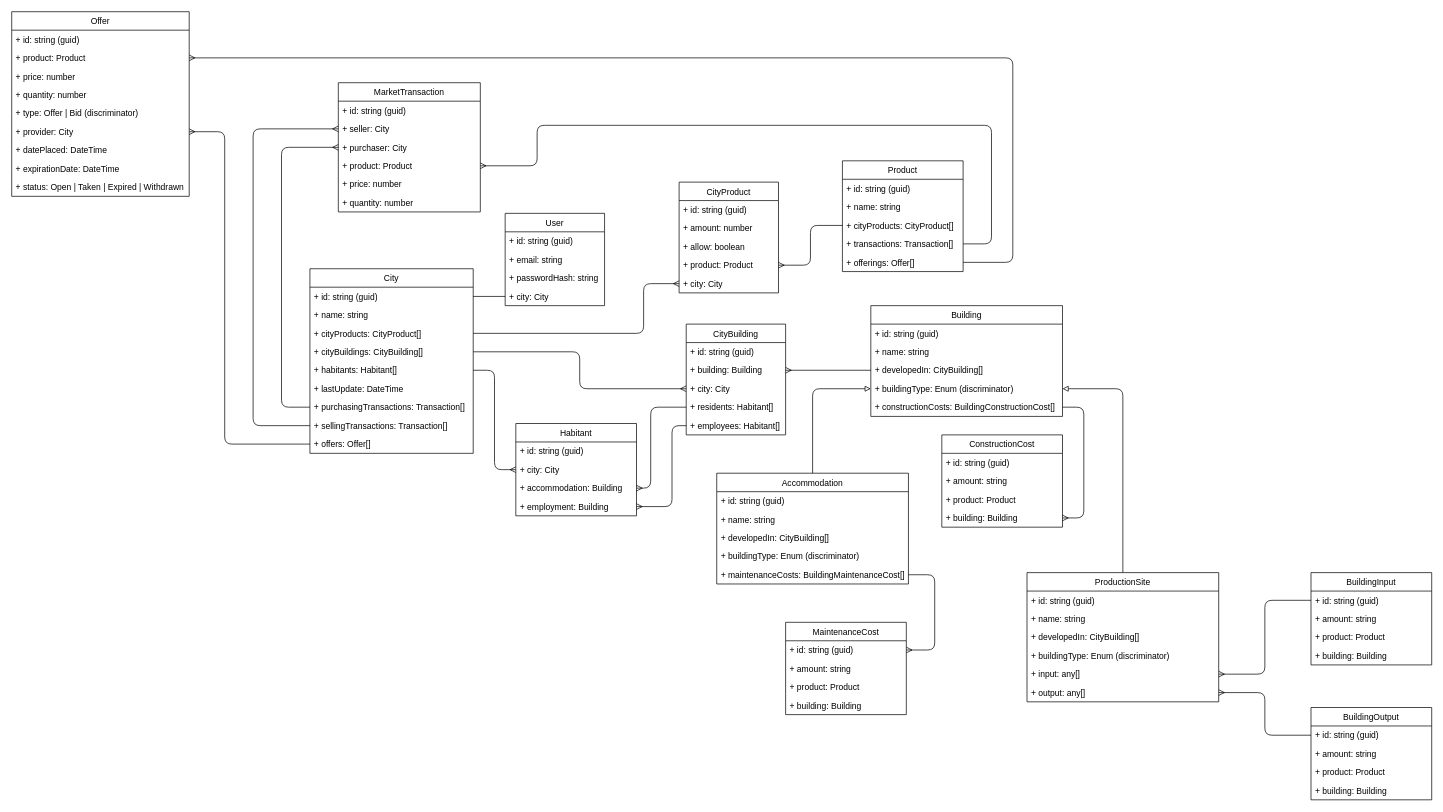
This is docs/data-model.drawio from SoftwareKater/economics-browser-game, a draw.io file, before an edit. Source tidied: cells renumbered, new cells numbered last; positions are measured from the earlier drawing's top-left corner, leaving out a move shared by most shapes. Both pictures are drawn from the tidied source at 71%, with x=0, y=0 at pixel (11, 11).
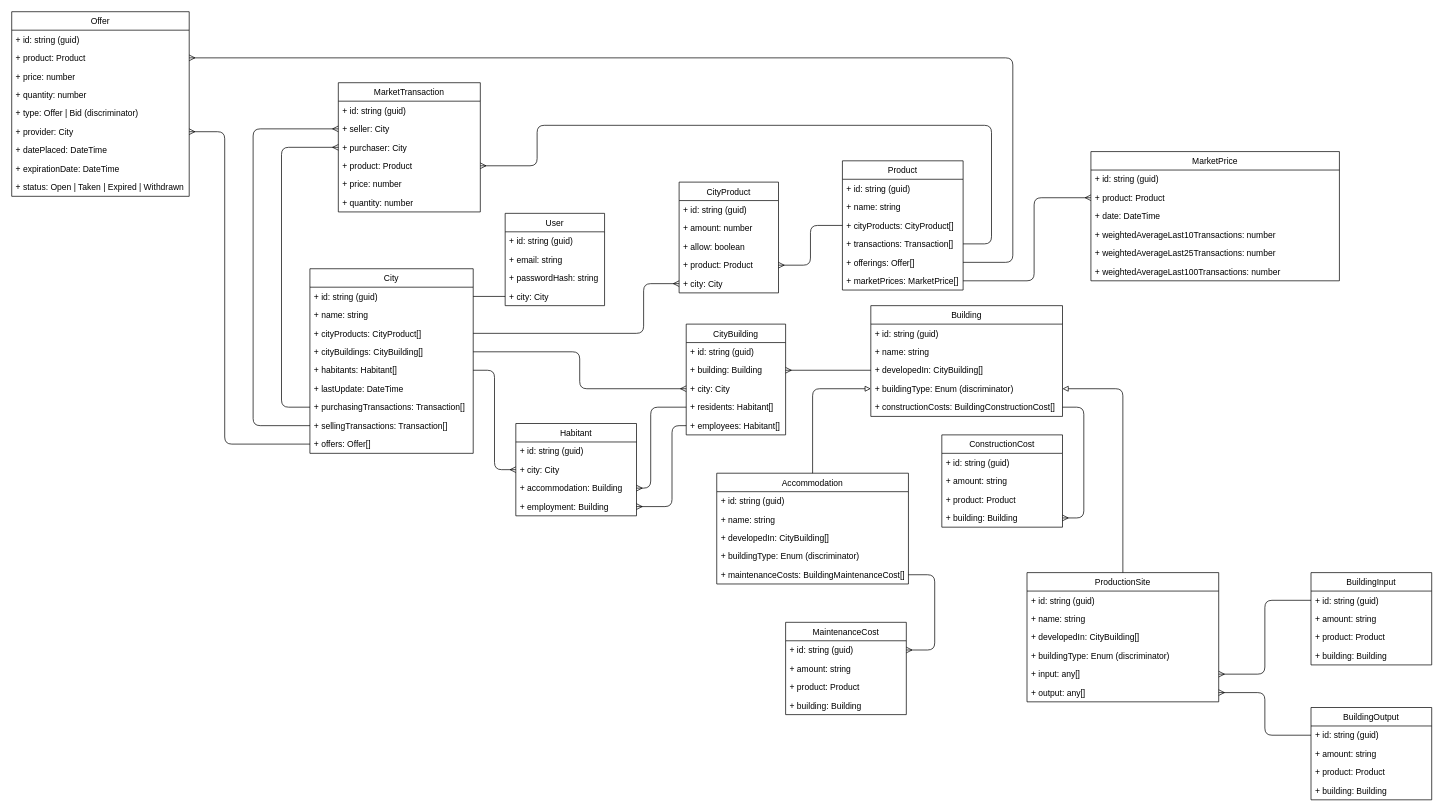
The same diagram, later.

Change to the diagram source:
```diff
@@
     <mxCell id="17" value="Product" style="swimlane;fontStyle=0;horizontal=1;startSize=26;fillColor=none;" parent="1" vertex="1">
-      <mxGeometry x="1170" y="210" width="170" height="156" as="geometry" />
+      <mxGeometry x="1170" y="210" width="170" height="182" as="geometry" />
     </mxCell>
@@
+    <mxCell id="115" value="+ marketPrices: MarketPrice[]" style="text;strokeColor=none;fillColor=none;align=left;verticalAlign=top;spacingLeft=4;spacingRight=4;overflow=hidden;points=[[0,0.5],[1,0.5]];portConstraint=eastwest;" parent="17" vertex="1">
+      <mxGeometry y="156" width="170" height="26" as="geometry" />
+    </mxCell>
@@
+    <mxCell id="116" value="MarketPrice" style="swimlane;fontStyle=0;horizontal=1;startSize=26;fillColor=none;" parent="1" vertex="1">
+      <mxGeometry x="1520" y="197" width="350" height="182" as="geometry" />
+    </mxCell>
+    <mxCell id="117" value="+ id: string (guid)" style="text;strokeColor=none;fillColor=none;align=left;verticalAlign=top;spacingLeft=4;spacingRight=4;overflow=hidden;" parent="116" vertex="1">
+      <mxGeometry y="26" width="350" height="26" as="geometry" />
+    </mxCell>
+    <mxCell id="118" value="+ product: Product" style="text;strokeColor=none;fillColor=none;align=left;verticalAlign=top;spacingLeft=4;spacingRight=4;overflow=hidden;points=[[0,0.5],[1,0.5]];portConstraint=eastwest;" parent="116" vertex="1">
+      <mxGeometry y="52" width="350" height="26" as="geometry" />
+    </mxCell>
+    <mxCell id="119" value="+ date: DateTime" style="text;strokeColor=none;fillColor=none;align=left;verticalAlign=top;spacingLeft=4;spacingRight=4;overflow=hidden;" parent="116" vertex="1">
+      <mxGeometry y="78" width="350" height="26" as="geometry" />
+    </mxCell>
+    <mxCell id="120" value="+ weightedAverageLast10Transactions: number" style="text;strokeColor=none;fillColor=none;align=left;verticalAlign=top;spacingLeft=4;spacingRight=4;overflow=hidden;" parent="116" vertex="1">
+      <mxGeometry y="104" width="350" height="26" as="geometry" />
+    </mxCell>
+    <mxCell id="121" value="+ weightedAverageLast25Transactions: number" style="text;strokeColor=none;fillColor=none;align=left;verticalAlign=top;spacingLeft=4;spacingRight=4;overflow=hidden;" parent="116" vertex="1">
+      <mxGeometry y="130" width="350" height="26" as="geometry" />
+    </mxCell>
+    <mxCell id="122" value="+ weightedAverageLast100Transactions: number" style="text;strokeColor=none;fillColor=none;align=left;verticalAlign=top;spacingLeft=4;spacingRight=4;overflow=hidden;" parent="116" vertex="1">
+      <mxGeometry y="156" width="350" height="26" as="geometry" />
+    </mxCell>
+    <mxCell id="123" style="edgeStyle=orthogonalEdgeStyle;html=1;exitX=0;exitY=0.5;exitDx=0;exitDy=0;entryX=1;entryY=0.5;entryDx=0;entryDy=0;endArrow=none;endFill=0;startArrow=ERmany;startFill=0;" parent="1" edge="1" source="118" target="115">
+      <mxGeometry relative="1" as="geometry">
+        <Array as="points">
+          <mxPoint x="1440" y="262" />
+          <mxPoint x="1440" y="379" />
+        </Array>
+      </mxGeometry>
+    </mxCell>
```
